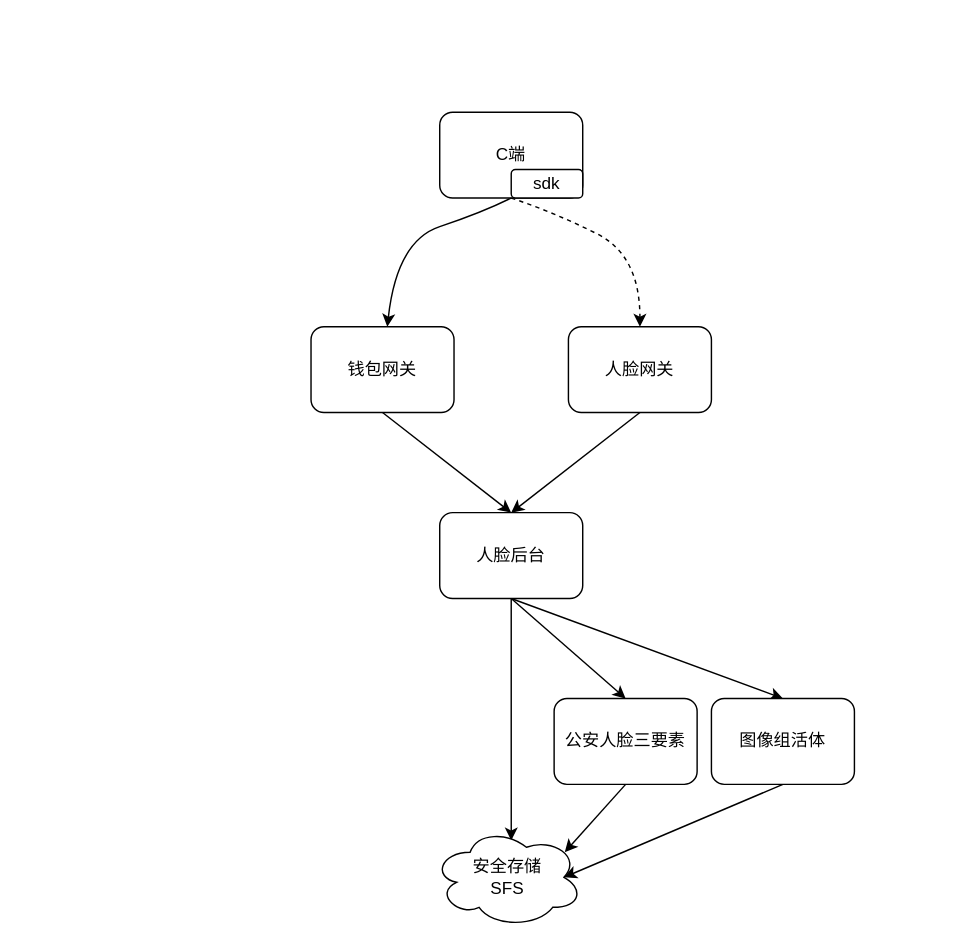
Above: 人脸系统设计.drawio in hua66ForFreedom/JustForTest (draw.io), before the change. Source tidied: cells renumbered, new cells numbered last; positions are measured from the earlier drawing's top-left corner, leaving out a move shared by most shapes. Both pictures are drawn from the tidied source at 143%, with x=0, y=0 at pixel (310, 112).
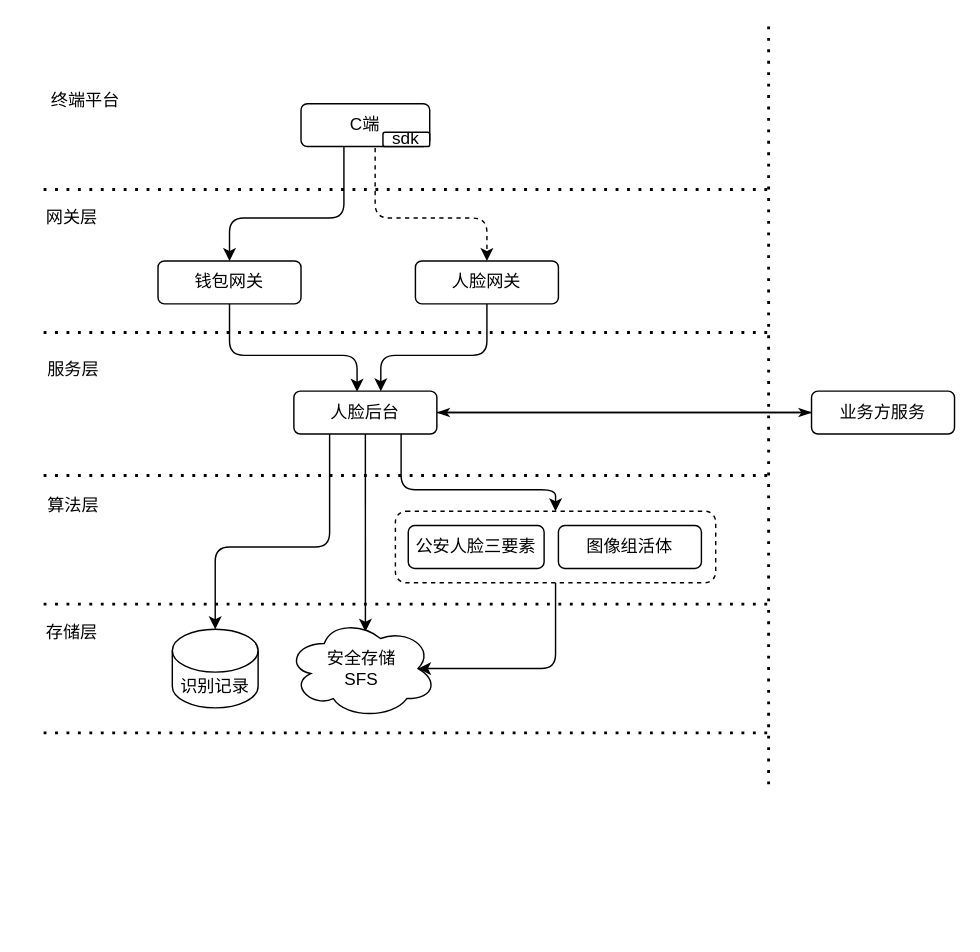
Above is the later version.

Commit message (it also covers changes not shown here):
Update 人脸系统设计.drawio

The edit, as a diff of the source:
```diff
@@
+    <mxCell id="20" style="edgeStyle=orthogonalEdgeStyle;jettySize=auto;html=1;exitX=0;exitY=0.5;exitDx=0;exitDy=0;entryX=1;entryY=0.5;entryDx=0;entryDy=0;endArrow=classicThin;endFill=1;jumpStyle=none;noJump=0;fillColor=#a20025;" parent="1" edge="1" source="39" target="14">
+      <mxGeometry relative="1" as="geometry" />
+    </mxCell>
     <mxCell id="2" style="group;" parent="1" vertex="1">
-      <mxGeometry x="90" width="100" height="60" as="geometry" />
+      <mxGeometry x="-7" y="-6" width="90" height="30" as="geometry" />
     </mxCell>
     <mxCell id="3" value="C端" style="rounded=1;whiteSpace=wrap;html=1;" parent="2" vertex="1">
-      <mxGeometry width="100" height="60" as="geometry" />
+      <mxGeometry width="90" height="30" as="geometry" />
     </mxCell>
     <mxCell id="4" value="sdk" style="rounded=1;whiteSpace=wrap;html=1;" parent="2" vertex="1">
-      <mxGeometry x="50" y="40" width="50" height="20" as="geometry" />
+      <mxGeometry x="57.3" y="20" width="32.7" height="10" as="geometry" />
     </mxCell>
-    <mxCell id="5" style="edgeStyle=none;curved=1;jettySize=auto;html=1;exitX=0.5;exitY=1;exitDx=0;exitDy=0;entryX=0.5;entryY=0;entryDx=0;entryDy=0;" parent="1" edge="1" source="6" target="14">
-      <mxGeometry relative="1" as="geometry" />
+    <mxCell id="5" style="edgeStyle=orthogonalEdgeStyle;jettySize=auto;html=1;exitX=0.5;exitY=1;exitDx=0;exitDy=0;entryX=0.442;entryY=0.017;entryDx=0;entryDy=0;entryPerimeter=0;" parent="1" edge="1" source="6" target="14">
+      <mxGeometry relative="1" as="geometry">
+        <Array as="points">
+          <mxPoint x="-57" y="170" />
+          <mxPoint x="32" y="170" />
+        </Array>
+      </mxGeometry>
     </mxCell>
     <mxCell id="6" value="钱包网关" style="rounded=1;whiteSpace=wrap;html=1;" parent="1" vertex="1">
-      <mxGeometry y="150" width="100" height="60" as="geometry" />
+      <mxGeometry x="-107" y="104" width="100" height="30" as="geometry" />
     </mxCell>
-    <mxCell id="7" style="edgeStyle=none;curved=1;jettySize=auto;html=1;exitX=0.5;exitY=1;exitDx=0;exitDy=0;entryX=0.5;entryY=0;entryDx=0;entryDy=0;" parent="1" edge="1" source="8" target="14">
-      <mxGeometry relative="1" as="geometry" />
+    <mxCell id="7" style="edgeStyle=orthogonalEdgeStyle;jettySize=auto;html=1;exitX=0.5;exitY=1;exitDx=0;exitDy=0;entryX=0.608;entryY=0.003;entryDx=0;entryDy=0;entryPerimeter=0;" parent="1" edge="1" source="8" target="14">
+      <mxGeometry relative="1" as="geometry">
+        <Array as="points">
+          <mxPoint x="123" y="170" />
+          <mxPoint x="49" y="170" />
+        </Array>
+      </mxGeometry>
     </mxCell>
     <mxCell id="8" value="人脸网关" style="rounded=1;whiteSpace=wrap;html=1;" parent="1" vertex="1">
-      <mxGeometry x="180" y="150" width="100" height="60" as="geometry" />
+      <mxGeometry x="73" y="104" width="100" height="30" as="geometry" />
     </mxCell>
-    <mxCell id="9" style="jettySize=auto;html=1;curved=1;exitX=0;exitY=1;exitDx=0;exitDy=0;" parent="1" edge="1" source="4" target="6">
+    <mxCell id="9" style="jettySize=auto;html=1;entryX=0.5;entryY=0;entryDx=0;entryDy=0;edgeStyle=orthogonalEdgeStyle;" parent="1" edge="1" target="6">
       <mxGeometry relative="1" as="geometry">
+        <mxPoint x="23" y="24" as="sourcePoint" />
         <Array as="points">
-          <mxPoint x="120" y="70" />
-          <mxPoint x="60" y="90" />
+          <mxPoint x="23" y="24" />
+          <mxPoint x="23" y="74" />
+          <mxPoint x="-57" y="74" />
         </Array>
       </mxGeometry>
     </mxCell>
-    <mxCell id="10" style="edgeStyle=none;curved=1;jettySize=auto;html=1;exitX=0;exitY=1;exitDx=0;exitDy=0;entryX=0.5;entryY=0;entryDx=0;entryDy=0;dashed=1;" parent="1" edge="1" source="4" target="8">
-      <mxGeometry relative="1" as="geometry">
-        <Array as="points">
-          <mxPoint x="170" y="70" />
-          <mxPoint x="230" y="100" />
-        </Array>
-      </mxGeometry>
-    </mxCell>
-    <mxCell id="11" style="edgeStyle=none;curved=1;jettySize=auto;html=1;exitX=0.5;exitY=1;exitDx=0;exitDy=0;entryX=0.5;entryY=0;entryDx=0;entryDy=0;" parent="1" edge="1" source="14" target="18">
-      <mxGeometry relative="1" as="geometry" />
-    </mxCell>
-    <mxCell id="12" style="edgeStyle=none;curved=1;jettySize=auto;html=1;exitX=0.5;exitY=1;exitDx=0;exitDy=0;entryX=0.5;entryY=0;entryDx=0;entryDy=0;" parent="1" edge="1" source="14" target="16">
-      <mxGeometry relative="1" as="geometry" />
-    </mxCell>
-    <mxCell id="13" style="edgeStyle=none;curved=1;jettySize=auto;html=1;exitX=0.5;exitY=1;exitDx=0;exitDy=0;entryX=0.524;entryY=0.133;entryDx=0;entryDy=0;entryPerimeter=0;" parent="1" edge="1" source="14" target="19">
+    <mxCell id="13" style="edgeStyle=orthogonalEdgeStyle;jettySize=auto;html=1;exitX=0.5;exitY=1;exitDx=0;exitDy=0;entryX=0.524;entryY=0.133;entryDx=0;entryDy=0;entryPerimeter=0;" parent="1" edge="1" source="14" target="19">
       <mxGeometry relative="1" as="geometry" />
     </mxCell>
+    <mxCell id="21" style="edgeStyle=elbowEdgeStyle;jettySize=auto;elbow=vertical;html=1;exitX=0.75;exitY=1;exitDx=0;exitDy=0;entryX=0.5;entryY=0;entryDx=0;entryDy=0;" parent="1" edge="1" source="14" target="35">
+      <mxGeometry relative="1" as="geometry">
+        <Array as="points">
+          <mxPoint x="133" y="264" />
+        </Array>
+      </mxGeometry>
+    </mxCell>
+    <mxCell id="22" style="edgeStyle=orthogonalEdgeStyle;jettySize=auto;html=1;exitX=0.25;exitY=1;exitDx=0;exitDy=0;entryX=0.5;entryY=0;entryDx=0;entryDy=0;entryPerimeter=0;" parent="1" edge="1" source="14" target="36">
+      <mxGeometry relative="1" as="geometry">
+        <Array as="points">
+          <mxPoint x="13" y="304" />
+          <mxPoint x="-67" y="304" />
+        </Array>
+      </mxGeometry>
+    </mxCell>
+    <mxCell id="23" style="jumpStyle=none;jettySize=auto;html=1;exitX=1;exitY=0.5;exitDx=0;exitDy=0;entryX=0;entryY=0.5;entryDx=0;entryDy=0;endArrow=classicThin;endFill=1;strokeColor=#000000;" parent="1" edge="1" source="14" target="39">
+      <mxGeometry relative="1" as="geometry" />
+    </mxCell>
     <mxCell id="14" value="人脸后台" style="rounded=1;whiteSpace=wrap;html=1;" parent="1" vertex="1">
-      <mxGeometry x="90" y="280" width="100" height="60" as="geometry" />
+      <mxGeometry x="-12" y="195" width="100" height="30" as="geometry" />
     </mxCell>
-    <mxCell id="15" style="edgeStyle=none;curved=1;jettySize=auto;html=1;exitX=0.5;exitY=1;exitDx=0;exitDy=0;entryX=0.88;entryY=0.25;entryDx=0;entryDy=0;entryPerimeter=0;" parent="1" edge="1" source="16" target="19">
-      <mxGeometry relative="1" as="geometry" />
-    </mxCell>
     <mxCell id="16" value="公安人脸三要素" style="rounded=1;whiteSpace=wrap;html=1;" parent="1" vertex="1">
-      <mxGeometry x="170" y="410" width="100" height="60" as="geometry" />
+      <mxGeometry x="68" y="289" width="95" height="30" as="geometry" />
     </mxCell>
-    <mxCell id="17" style="edgeStyle=none;curved=1;jettySize=auto;html=1;exitX=0.5;exitY=1;exitDx=0;exitDy=0;entryX=0.875;entryY=0.5;entryDx=0;entryDy=0;entryPerimeter=0;" parent="1" edge="1" source="18" target="19">
-      <mxGeometry relative="1" as="geometry" />
-    </mxCell>
     <mxCell id="18" value="图像组活体" style="rounded=1;whiteSpace=wrap;html=1;" parent="1" vertex="1">
-      <mxGeometry x="280" y="410" width="100" height="60" as="geometry" />
+      <mxGeometry x="173" y="289" width="100" height="30" as="geometry" />
     </mxCell>
     <mxCell id="19" value="安全存储&lt;br&gt;SFS" style="ellipse;shape=cloud;whiteSpace=wrap;html=1;" parent="1" vertex="1">
-      <mxGeometry x="85" y="500" width="105" height="70" as="geometry" />
+      <mxGeometry x="-17" y="354" width="105" height="70" as="geometry" />
     </mxCell>
+    <mxCell id="24" style="edgeStyle=elbowEdgeStyle;jettySize=auto;html=1;exitX=0.576;exitY=1.033;exitDx=0;exitDy=0;dashed=1;elbow=vertical;exitPerimeter=0;entryX=0.5;entryY=0;entryDx=0;entryDy=0;" parent="1" edge="1" source="3" target="8">
+      <mxGeometry relative="1" as="geometry">
+        <Array as="points">
+          <mxPoint x="83" y="74" />
+          <mxPoint x="83" y="64" />
+        </Array>
+      </mxGeometry>
+    </mxCell>
+    <mxCell id="25" style="endArrow=none;dashed=1;html=1;dashPattern=1 3;strokeWidth=2;" parent="1" edge="1">
+      <mxGeometry relative="1" as="geometry">
+        <mxPoint x="-187" y="54" as="sourcePoint" />
+        <mxPoint x="323" y="54" as="targetPoint" />
+      </mxGeometry>
+    </mxCell>
+    <mxCell id="26" style="endArrow=none;dashed=1;html=1;dashPattern=1 3;strokeWidth=2;" parent="1" edge="1">
+      <mxGeometry relative="1" as="geometry">
+        <mxPoint x="-187" y="154" as="sourcePoint" />
+        <mxPoint x="320" y="154" as="targetPoint" />
+      </mxGeometry>
+    </mxCell>
+    <mxCell id="27" style="endArrow=none;dashed=1;html=1;dashPattern=1 3;strokeWidth=2;" parent="1" edge="1">
+      <mxGeometry relative="1" as="geometry">
+        <mxPoint x="-187" y="254" as="sourcePoint" />
+        <mxPoint x="320" y="254" as="targetPoint" />
+      </mxGeometry>
+    </mxCell>
+    <mxCell id="28" style="endArrow=none;dashed=1;html=1;dashPattern=1 3;strokeWidth=2;" parent="1" edge="1">
+      <mxGeometry relative="1" as="geometry">
+        <mxPoint x="-187" y="344" as="sourcePoint" />
+        <mxPoint x="323" y="344" as="targetPoint" />
+      </mxGeometry>
+    </mxCell>
+    <mxCell id="29" style="endArrow=none;dashed=1;html=1;dashPattern=1 3;strokeWidth=2;" parent="1" edge="1">
+      <mxGeometry relative="1" as="geometry">
+        <mxPoint x="-187" y="434" as="sourcePoint" />
+        <mxPoint x="323" y="434" as="targetPoint" />
+      </mxGeometry>
+    </mxCell>
+    <mxCell id="30" value="网关层" style="text;html=1;strokeColor=none;fillColor=none;align=center;verticalAlign=middle;whiteSpace=wrap;rounded=0;" parent="1" vertex="1">
+      <mxGeometry x="-187" y="64" width="40" height="20" as="geometry" />
+    </mxCell>
+    <mxCell id="31" value="服务层" style="text;html=1;strokeColor=none;fillColor=none;align=center;verticalAlign=middle;whiteSpace=wrap;rounded=0;" parent="1" vertex="1">
+      <mxGeometry x="-192" y="170" width="52" height="20" as="geometry" />
+    </mxCell>
+    <mxCell id="32" value="算法层" style="text;html=1;strokeColor=none;fillColor=none;align=center;verticalAlign=middle;whiteSpace=wrap;rounded=0;" parent="1" vertex="1">
+      <mxGeometry x="-200" y="267" width="68" height="15" as="geometry" />
+    </mxCell>
+    <mxCell id="33" value="存储层" style="text;html=1;strokeColor=none;fillColor=none;align=center;verticalAlign=middle;whiteSpace=wrap;rounded=0;" parent="1" vertex="1">
+      <mxGeometry x="-192" y="356" width="50" height="15" as="geometry" />
+    </mxCell>
+    <mxCell id="34" style="edgeStyle=orthogonalEdgeStyle;jettySize=auto;elbow=vertical;html=1;exitX=0.5;exitY=1;exitDx=0;exitDy=0;entryX=0.875;entryY=0.5;entryDx=0;entryDy=0;entryPerimeter=0;" parent="1" edge="1" source="35" target="19">
+      <mxGeometry relative="1" as="geometry">
+        <Array as="points">
+          <mxPoint x="171" y="389" />
+        </Array>
+      </mxGeometry>
+    </mxCell>
+    <mxCell id="35" style="rounded=1;whiteSpace=wrap;html=1;fillColor=none;dashed=1;strokeWidth=1;" parent="1" vertex="1">
+      <mxGeometry x="59" y="279" width="224" height="50" as="geometry" />
+    </mxCell>
+    <mxCell id="36" value="识别记录" style="shape=cylinder3;whiteSpace=wrap;html=1;boundedLbl=1;backgroundOutline=1;size=15;strokeWidth=1;fillColor=none;" parent="1" vertex="1">
+      <mxGeometry x="-97" y="361.5" width="60" height="55" as="geometry" />
+    </mxCell>
+    <mxCell id="37" value="终端平台" style="text;html=1;strokeColor=none;fillColor=none;align=center;verticalAlign=middle;whiteSpace=wrap;rounded=0;" parent="1" vertex="1">
+      <mxGeometry x="-192" y="-16" width="69" height="15" as="geometry" />
+    </mxCell>
+    <mxCell id="38" style="endArrow=none;dashed=1;html=1;dashPattern=1 3;strokeWidth=2;" parent="1" edge="1">
+      <mxGeometry relative="1" as="geometry">
+        <mxPoint x="320" y="-60" as="sourcePoint" />
+        <mxPoint x="320" y="470" as="targetPoint" />
+      </mxGeometry>
+    </mxCell>
+    <mxCell id="39" value="业务方服务" style="rounded=1;whiteSpace=wrap;html=1;" parent="1" vertex="1">
+      <mxGeometry x="350" y="195" width="100" height="30" as="geometry" />
+    </mxCell>
```
